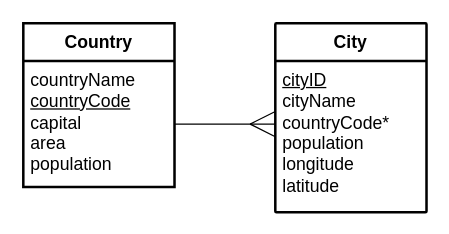
The draw.io diagram page "Country" (21 of 21) of higher/ddd/H-DDD-Clydeview/assets/H DDD Clydeview.drawio in MrFriendCS/MrFriendCS.github.io, before the edit. Source tidied: cells renumbered, new cells numbered last; positions are measured from the earlier drawing's top-left corner, leaving out a move shared by most shapes. Both pictures are drawn from the tidied source at 126%, with x=0, y=0 at pixel (23, 23).
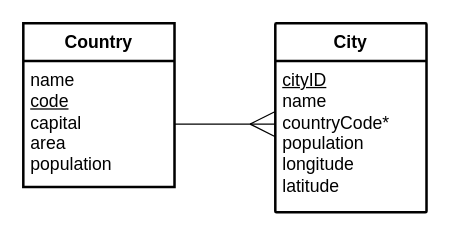
After the change.

Diff of the diagram source:
```diff
@@
 <mxGraphModel>
   <root>
     <mxCell id="0" />
     <mxCell id="1" parent="0" />
     <mxCell id="2" value="&lt;b&gt;Country&lt;/b&gt;" style="swimlane;horizontal=1;startSize=30;rounded=1;fontSize=14;fontStyle=0;strokeWidth=2;shadow=0;dashed=0;align=center;arcSize=0;whiteSpace=wrap;html=1;" parent="1" vertex="1">
       <mxGeometry width="120" height="130" as="geometry" />
     </mxCell>
-    <mxCell id="3" value="&lt;font style=&quot;font-size: 14px;&quot;&gt;countryName&lt;/font&gt;&lt;div&gt;&lt;font style=&quot;font-size: 14px;&quot;&gt;&lt;u style=&quot;&quot;&gt;countryCode&lt;br&gt;&lt;/u&gt;capital&lt;br&gt;area&lt;br&gt;population&lt;/font&gt;&lt;/div&gt;" style="align=left;strokeColor=none;fillColor=none;spacingLeft=4;fontSize=12;verticalAlign=top;html=1;" parent="2" vertex="1">
+    <mxCell id="3" value="&lt;font style=&quot;font-size: 14px;&quot;&gt;name&lt;/font&gt;&lt;div&gt;&lt;font style=&quot;font-size: 14px;&quot;&gt;&lt;u style=&quot;&quot;&gt;code&lt;br&gt;&lt;/u&gt;capital&lt;br&gt;area&lt;br&gt;population&lt;/font&gt;&lt;/div&gt;" style="align=left;strokeColor=none;fillColor=none;spacingLeft=4;fontSize=12;verticalAlign=top;html=1;" parent="2" vertex="1">
       <mxGeometry y="30" width="120" height="100" as="geometry" />
     </mxCell>
     <mxCell id="4" style="edgeStyle=orthogonalEdgeStyle;rounded=0;orthogonalLoop=1;jettySize=auto;html=1;exitX=0.5;exitY=1;exitDx=0;exitDy=0;" parent="2" edge="1" source="3" target="3">
       <mxGeometry relative="1" as="geometry" />
     </mxCell>
     <mxCell id="5" value="&lt;b&gt;City&lt;/b&gt;" style="swimlane;horizontal=1;startSize=30;rounded=1;fontSize=14;fontStyle=0;strokeWidth=2;shadow=0;dashed=0;align=center;arcSize=1;whiteSpace=wrap;html=1;" parent="1" vertex="1">
       <mxGeometry x="200" width="120" height="150" as="geometry" />
     </mxCell>
-    <mxCell id="6" value="&lt;span style=&quot;font-size: 14px;&quot;&gt;&lt;u&gt;cityID&lt;/u&gt;&lt;/span&gt;&lt;div&gt;&lt;span style=&quot;font-size: 14px;&quot;&gt;cityName&lt;br&gt;countryCode*&lt;br&gt;&lt;/span&gt;&lt;div&gt;&lt;span style=&quot;font-size: 14px;&quot;&gt;population&lt;/span&gt;&lt;/div&gt;&lt;div&gt;&lt;span style=&quot;font-size: 14px;&quot;&gt;longitude&lt;/span&gt;&lt;/div&gt;&lt;/div&gt;&lt;div&gt;&lt;span style=&quot;font-size: 14px;&quot;&gt;latitude&lt;/span&gt;&lt;/div&gt;" style="align=left;strokeColor=none;fillColor=none;spacingLeft=4;fontSize=12;verticalAlign=top;html=1;" parent="5" vertex="1">
+    <mxCell id="6" value="&lt;span style=&quot;font-size: 14px;&quot;&gt;&lt;u&gt;cityID&lt;/u&gt;&lt;/span&gt;&lt;div&gt;&lt;span style=&quot;font-size: 14px;&quot;&gt;name&lt;br&gt;countryCode*&lt;br&gt;&lt;/span&gt;&lt;div&gt;&lt;span style=&quot;font-size: 14px;&quot;&gt;population&lt;/span&gt;&lt;/div&gt;&lt;div&gt;&lt;span style=&quot;font-size: 14px;&quot;&gt;longitude&lt;/span&gt;&lt;/div&gt;&lt;/div&gt;&lt;div&gt;&lt;span style=&quot;font-size: 14px;&quot;&gt;latitude&lt;/span&gt;&lt;/div&gt;" style="align=left;strokeColor=none;fillColor=none;spacingLeft=4;fontSize=12;verticalAlign=top;html=1;" parent="5" vertex="1">
       <mxGeometry y="30" width="120" height="120" as="geometry" />
     </mxCell>
     <mxCell id="7" style="rounded=0;orthogonalLoop=1;jettySize=auto;html=1;exitX=1;exitY=0.5;exitDx=0;exitDy=0;entryX=0;entryY=0.5;entryDx=0;entryDy=0;endArrow=none;endFill=0;" parent="1" edge="1">
       <mxGeometry relative="1" as="geometry">
         <mxPoint x="120" y="80" as="sourcePoint" />
         <mxPoint x="200" y="80" as="targetPoint" />
       </mxGeometry>
     </mxCell>
     <mxCell id="8" style="endArrow=none;html=1;rounded=0;" parent="1" edge="1">
       <mxGeometry relative="1" as="geometry">
         <mxPoint x="180" y="80" as="sourcePoint" />
         <mxPoint x="200" y="70" as="targetPoint" />
       </mxGeometry>
     </mxCell>
     <mxCell id="9" style="endArrow=none;html=1;rounded=0;entryX=0;entryY=0.5;entryDx=0;entryDy=0;" parent="1" edge="1" target="6">
       <mxGeometry relative="1" as="geometry">
         <mxPoint x="180" y="80" as="sourcePoint" />
       </mxGeometry>
     </mxCell>
   </root>
 </mxGraphModel>
```
